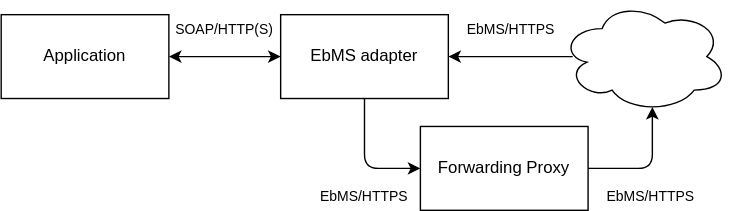
Above: assets/images/ebms-fproxy.svg in eluinstra/ebms-admin (draw.io), before the change. Source tidied: cells renumbered, new cells last; positions are measured from the earlier drawing's top-left corner, leaving out a move shared by most shapes. Its diagram source:
```xml
<mxGraphModel>
  <root>
    <mxCell id="0" />
    <mxCell id="1" parent="0" />
    <mxCell id="2" style="ellipse;shape=cloud;whiteSpace=wrap;html=1;" parent="1" vertex="1">
      <mxGeometry x="400" width="120" height="80" as="geometry" />
    </mxCell>
    <mxCell id="3" value="EbMS adapter" style="rounded=0;whiteSpace=wrap;html=1;" parent="1" vertex="1">
      <mxGeometry x="200" y="10" width="120" height="60" as="geometry" />
    </mxCell>
    <mxCell id="4" value="Application" style="rounded=0;whiteSpace=wrap;html=1;" parent="1" vertex="1">
      <mxGeometry y="10" width="120" height="60" as="geometry" />
    </mxCell>
    <mxCell id="5" style="endArrow=none;startArrow=classic;html=1;exitX=1;exitY=0.5;exitDx=0;exitDy=0;entryX=0.075;entryY=0.5;entryDx=0;entryDy=0;entryPerimeter=0;endFill=0;" parent="1" edge="1" source="3" target="2">
      <mxGeometry relative="1" as="geometry" />
    </mxCell>
    <mxCell id="6" style="endArrow=classic;startArrow=classic;html=1;entryX=0;entryY=0.5;entryDx=0;entryDy=0;exitX=1;exitY=0.5;exitDx=0;exitDy=0;" parent="1" edge="1" source="4" target="3">
      <mxGeometry relative="1" as="geometry" />
    </mxCell>
    <mxCell id="7" value="EbMS/HTTPS" style="text;html=1;strokeColor=none;fillColor=none;align=center;verticalAlign=middle;whiteSpace=wrap;rounded=0;fontSize=10;" parent="1" vertex="1">
      <mxGeometry x="345" y="10" width="40" height="20" as="geometry" />
    </mxCell>
    <mxCell id="8" value="SOAP/HTTP(S)" style="text;html=1;strokeColor=none;fillColor=none;align=center;verticalAlign=middle;whiteSpace=wrap;rounded=0;fontSize=10;" parent="1" vertex="1">
      <mxGeometry x="140" y="10" width="40" height="20" as="geometry" />
    </mxCell>
    <mxCell id="9" value="Forwarding Proxy" style="rounded=0;whiteSpace=wrap;html=1;" parent="1" vertex="1">
      <mxGeometry x="300" y="90" width="120" height="60" as="geometry" />
    </mxCell>
    <mxCell id="10" style="endArrow=classic;startArrow=none;html=1;exitX=0.5;exitY=1;exitDx=0;exitDy=0;entryX=0;entryY=0.5;entryDx=0;entryDy=0;startFill=0;" parent="1" edge="1" source="3" target="9">
      <mxGeometry relative="1" as="geometry">
        <Array as="points">
          <mxPoint x="260" y="120" />
        </Array>
      </mxGeometry>
    </mxCell>
    <mxCell id="11" style="endArrow=classic;startArrow=none;html=1;exitX=1;exitY=0.5;exitDx=0;exitDy=0;entryX=0.55;entryY=0.95;entryDx=0;entryDy=0;entryPerimeter=0;startFill=0;" parent="1" edge="1" source="9" target="2">
      <mxGeometry relative="1" as="geometry">
        <Array as="points">
          <mxPoint x="466" y="120" />
        </Array>
      </mxGeometry>
    </mxCell>
    <mxCell id="12" value="EbMS/HTTPS" style="text;html=1;strokeColor=none;fillColor=none;align=center;verticalAlign=middle;whiteSpace=wrap;rounded=0;fontSize=10;" parent="1" vertex="1">
      <mxGeometry x="240" y="130" width="40" height="20" as="geometry" />
    </mxCell>
    <mxCell id="13" value="EbMS/HTTPS" style="text;html=1;strokeColor=none;fillColor=none;align=center;verticalAlign=middle;whiteSpace=wrap;rounded=0;fontSize=10;" parent="1" vertex="1">
      <mxGeometry x="445" y="130" width="40" height="20" as="geometry" />
    </mxCell>
  </root>
</mxGraphModel>
```
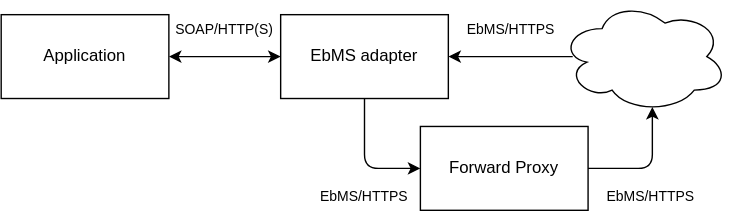
The same file after the commit.

The edit, as a diff of the source:
```diff
@@ -23,7 +23,7 @@
     <mxCell id="8" value="SOAP/HTTP(S)" style="text;html=1;strokeColor=none;fillColor=none;align=center;verticalAlign=middle;whiteSpace=wrap;rounded=0;fontSize=10;" parent="1" vertex="1">
       <mxGeometry x="140" y="10" width="40" height="20" as="geometry" />
     </mxCell>
-    <mxCell id="9" value="Forwarding Proxy" style="rounded=0;whiteSpace=wrap;html=1;" parent="1" vertex="1">
+    <mxCell id="9" value="Forward Proxy" style="rounded=0;whiteSpace=wrap;html=1;" parent="1" vertex="1">
       <mxGeometry x="300" y="90" width="120" height="60" as="geometry" />
     </mxCell>
     <mxCell id="10" style="endArrow=classic;startArrow=none;html=1;exitX=0.5;exitY=1;exitDx=0;exitDy=0;entryX=0;entryY=0.5;entryDx=0;entryDy=0;startFill=0;" parent="1" edge="1" source="3" target="9">
```
